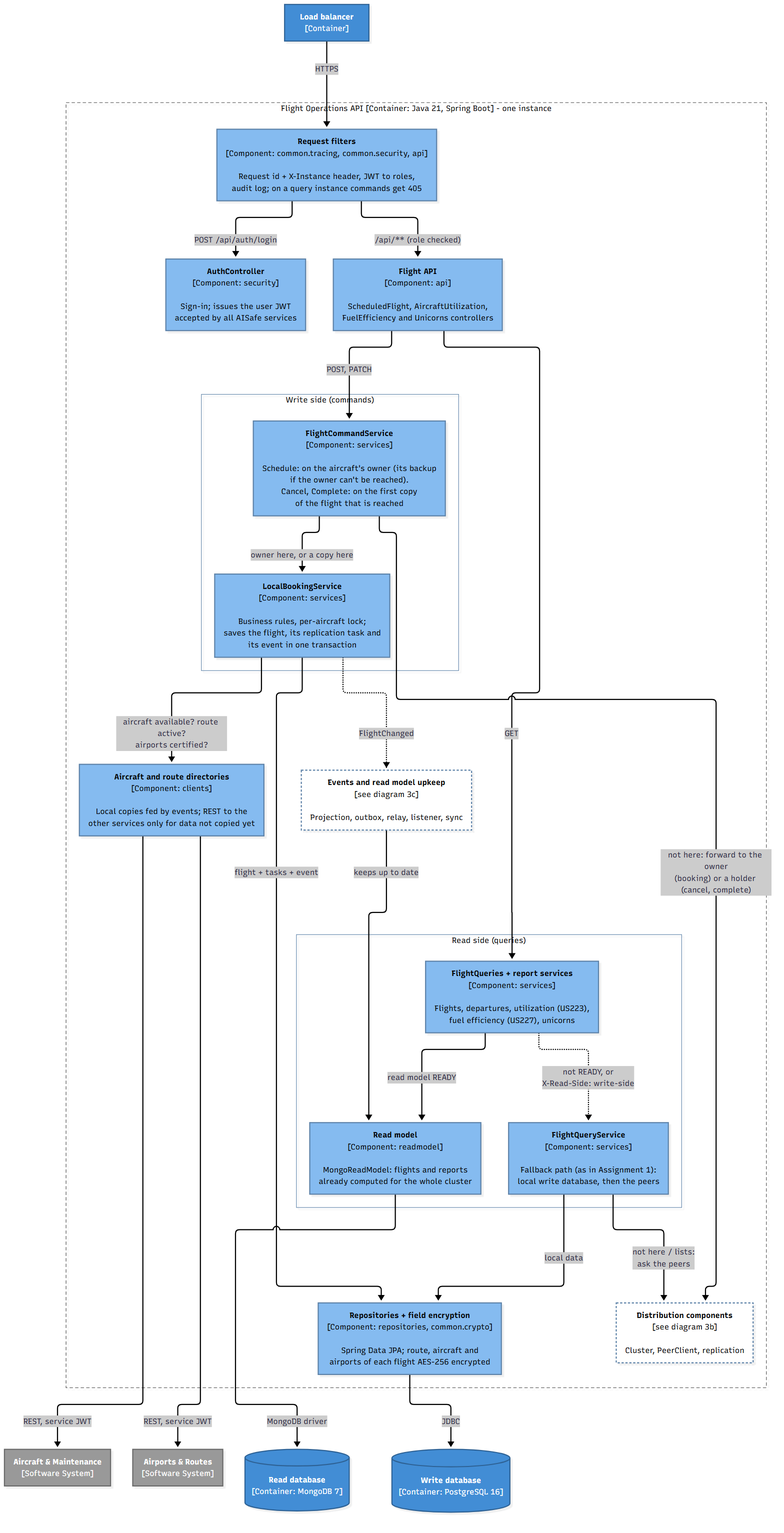
Above: docs/c4/3a-components-requests.png in ImJay1527/flight-operations-service (Mermaid), before the change. Its source is kept beside it as docs/c4/3a-components-requests.mmd.
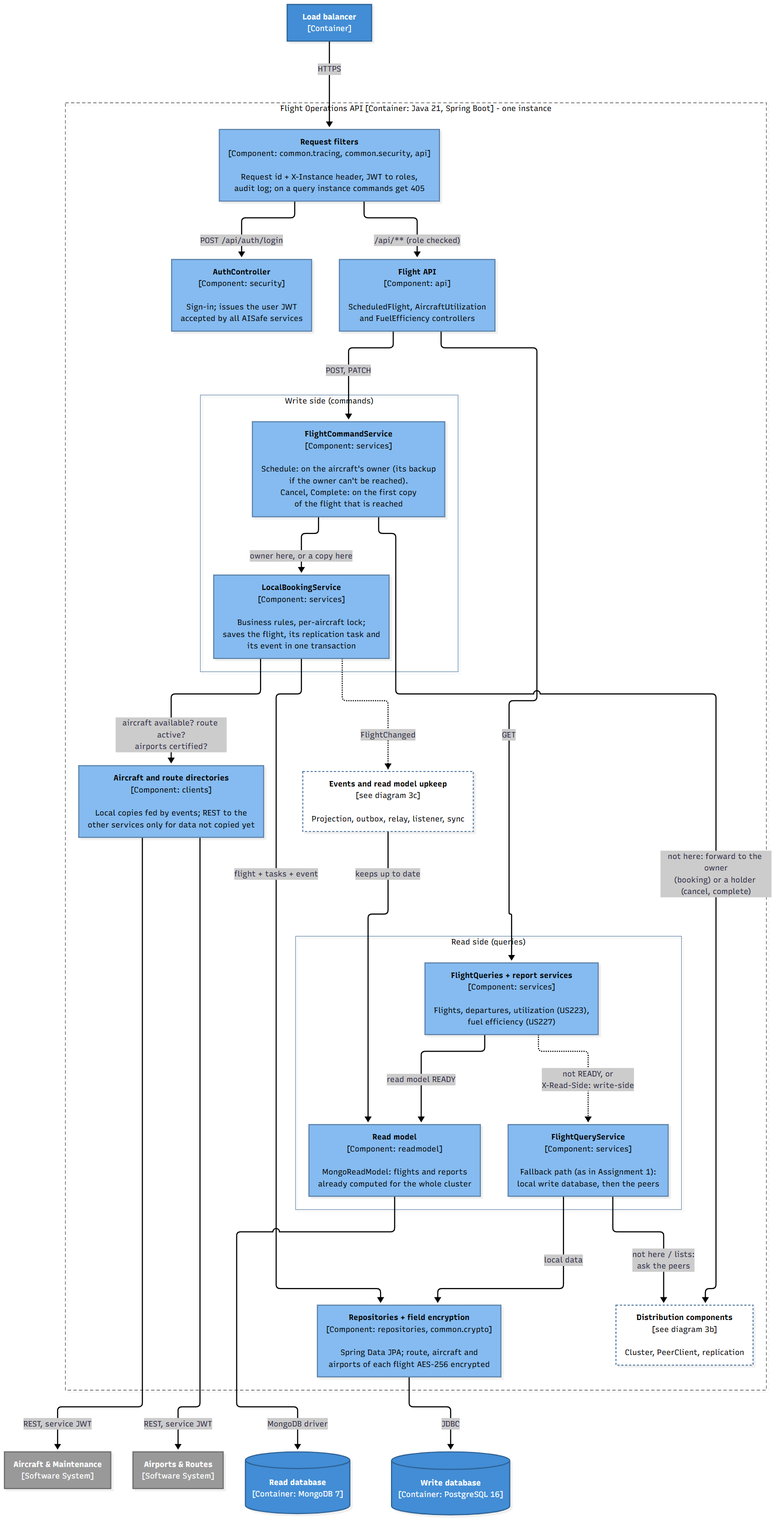
Above is the later version.

Change to the diagram source:
```diff
@@ -11,7 +11,7 @@
         direction TB
         filters["<b>Request filters</b><br/>[Component: common.tracing, common.security, api]<br/><br/>Request id + X-Instance header, JWT to roles,<br/>audit log; on a query instance commands get 405"]
         auth["<b>AuthController</b><br/>[Component: security]<br/><br/>Sign-in; issues the user JWT<br/>accepted by all AISafe services"]
-        flightApi["<b>Flight API</b><br/>[Component: api]<br/><br/>ScheduledFlight, AircraftUtilization,<br/>FuelEfficiency and Unicorns controllers"]
+        flightApi["<b>Flight API</b><br/>[Component: api]<br/><br/>ScheduledFlight, AircraftUtilization<br/>and FuelEfficiency controllers"]
 
         subgraph CMD["Write side (commands)"]
             direction TB
@@ -21,7 +21,7 @@
 
         subgraph QRY["Read side (queries)"]
             direction TB
-            queries["<b>FlightQueries + report services</b><br/>[Component: services]<br/><br/>Flights, departures, utilization (US223),<br/>fuel efficiency (US227), unicorns"]
+            queries["<b>FlightQueries + report services</b><br/>[Component: services]<br/><br/>Flights, departures, utilization (US223),<br/>fuel efficiency (US227)"]
             readModel["<b>Read model</b><br/>[Component: readmodel]<br/><br/>MongoReadModel: flights and reports<br/>already computed for the whole cluster"]
             fallback["<b>FlightQueryService</b><br/>[Component: services]<br/><br/>Fallback path (as in Assignment 1):<br/>local write database, then the peers"]
         end
```
